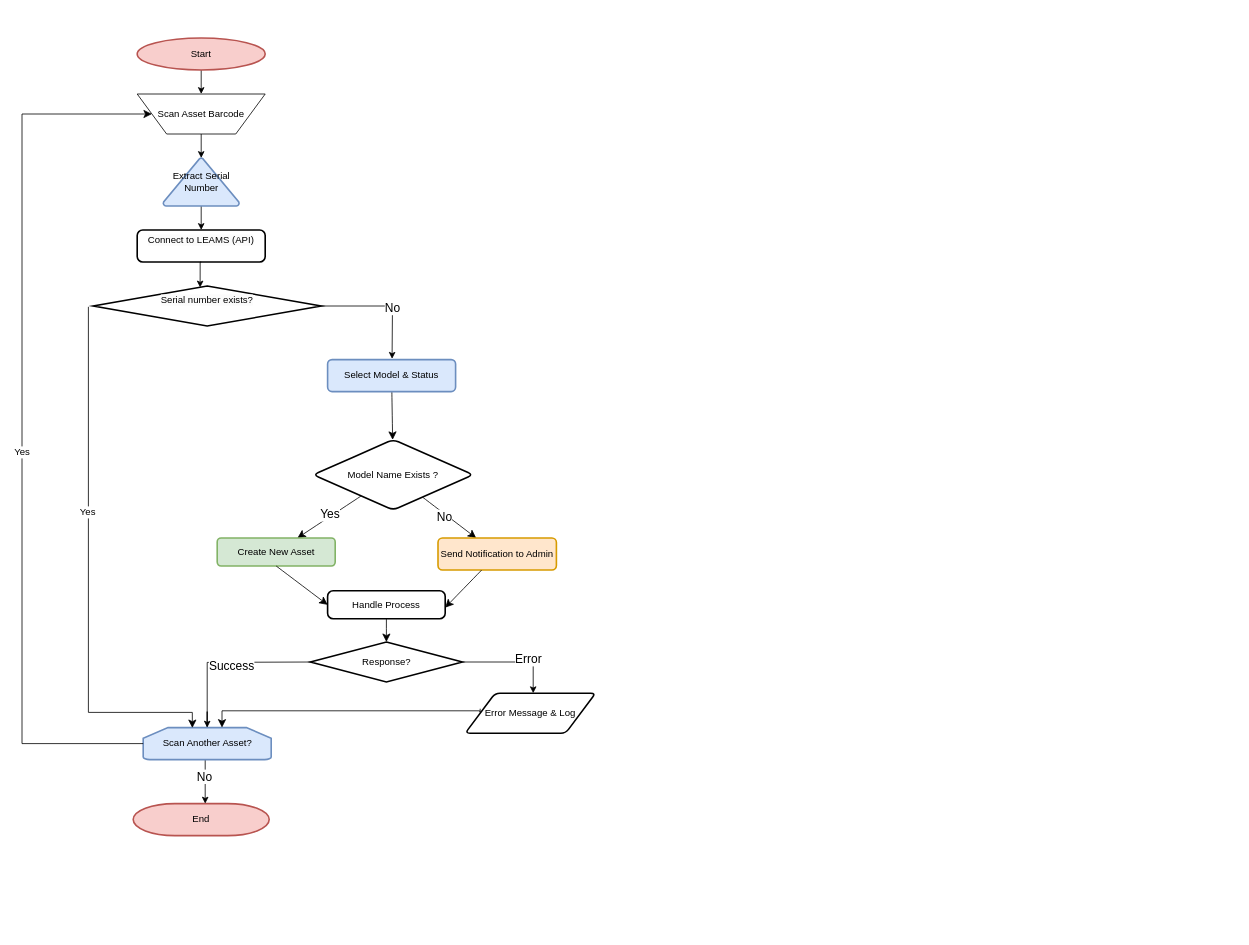
Earlier version of the draw.io diagram page "Page-2" (2 of 7) of test.drawio (Imanetoumouh/decentralized-app). Source tidied: cells renumbered, new cells numbered last; positions are measured from the earlier drawing's top-left corner, leaving out a move shared by most shapes. Both pictures are drawn from the tidied source at 80%, with x=0, y=0 at pixel (22, 38). Pictures stored in the file or linked from it are replaced by grey dashed boxes.
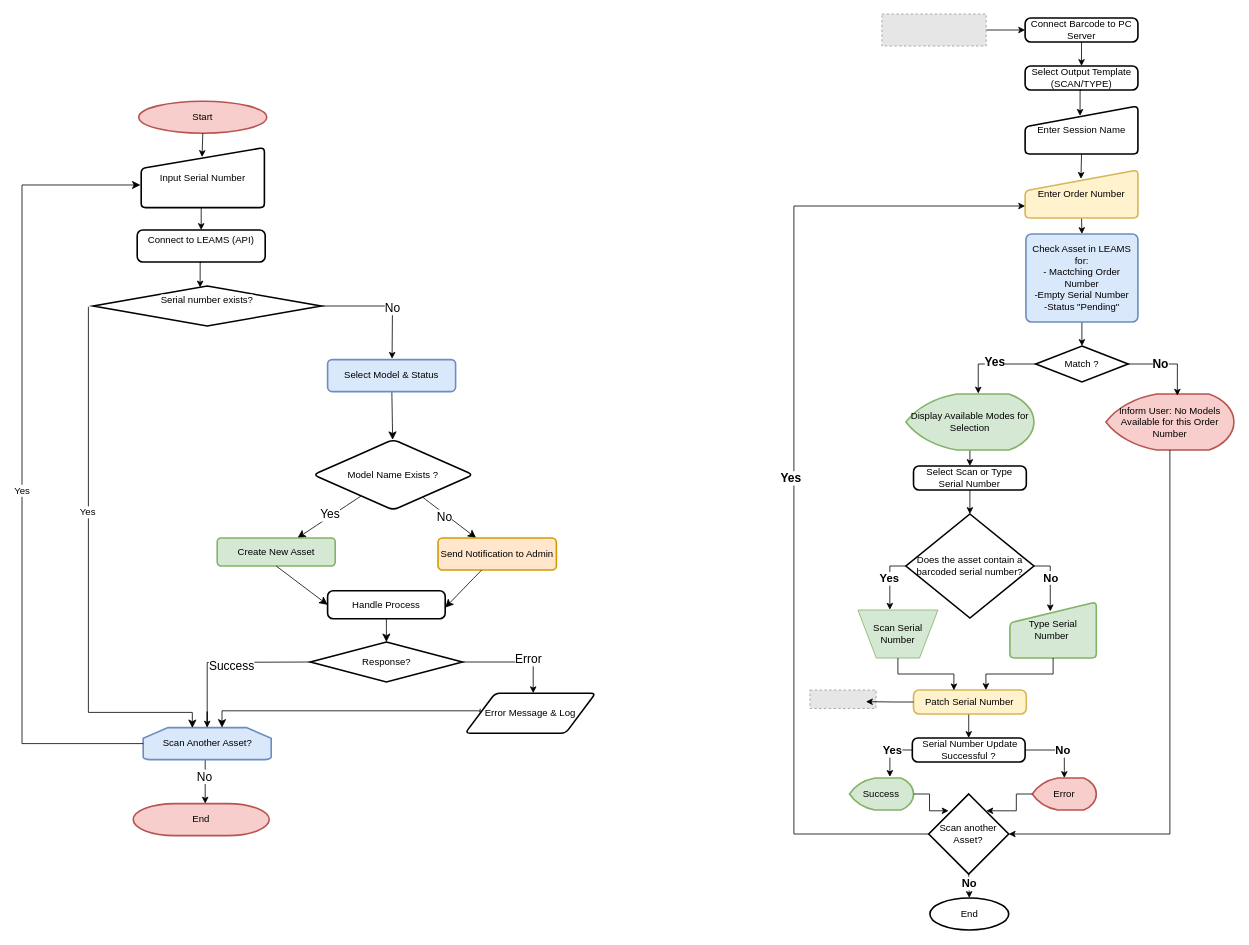
The same page after the edit.

Unchanged cells that the change refers to:
```xml
<mxCell id="6" value="&#10;&lt;span style=&quot;color: rgb(0, 0, 0); font-family: Helvetica; font-size: 12px; font-style: normal; font-variant-ligatures: normal; font-variant-caps: normal; font-weight: 400; letter-spacing: normal; orphans: 2; text-align: center; text-indent: 0px; text-transform: none; widows: 2; word-spacing: 0px; -webkit-text-stroke-width: 0px; white-space: normal; background-color: rgb(251, 251, 251); text-decoration-thickness: initial; text-decoration-style: initial; text-decoration-color: initial; display: inline !important; float: none;&quot;&gt;Connect to LEAMS (API)&lt;/span&gt;&#10;&#10;" style="rounded=1;whiteSpace=wrap;html=1;absoluteArcSize=1;arcSize=14;strokeWidth=2;" parent="1" vertex="1">
  <mxGeometry x="144" y="240" width="160" height="40" as="geometry" />
</mxCell>
<mxCell id="36" value="Scan Another Asset?" style="strokeWidth=2;html=1;shape=mxgraph.flowchart.loop_limit;whiteSpace=wrap;fillColor=#dae8fc;strokeColor=#6c8ebf;" parent="1" vertex="1">
  <mxGeometry x="151.5" y="862" width="160" height="40" as="geometry" />
</mxCell>
```

What changed in the source:
```diff
@@
-    <mxCell id="5" style="edgeStyle=orthogonalEdgeStyle;rounded=0;jettySize=auto;html=1;exitX=0.5;exitY=1;exitDx=0;exitDy=0;exitPerimeter=0;entryX=0.5;entryY=0;entryDx=0;entryDy=0;" parent="1" edge="1" target="7">
-      <mxGeometry relative="1" as="geometry">
-        <mxPoint x="224" y="40" as="sourcePoint" />
-      </mxGeometry>
-    </mxCell>
@@
-    <mxCell id="7" value="Scan Asset Barcode" style="verticalLabelPosition=middle;verticalAlign=middle;html=1;shape=trapezoid;perimeter=trapezoidPerimeter;whiteSpace=wrap;size=0.23;arcSize=10;flipV=1;labelPosition=center;align=center;" parent="1" vertex="1">
-      <mxGeometry x="144" y="70" width="160" height="50" as="geometry" />
-    </mxCell>
-    <mxCell id="8" style="edgeStyle=orthogonalEdgeStyle;rounded=0;jettySize=auto;html=1;exitX=0.5;exitY=1;exitDx=0;exitDy=0;exitPerimeter=0;entryX=0.5;entryY=0;entryDx=0;entryDy=0;" parent="1" edge="1" source="9" target="6">
-      <mxGeometry relative="1" as="geometry" />
+    <mxCell id="8" style="edgeStyle=orthogonalEdgeStyle;rounded=0;jettySize=auto;html=1;exitX=0.5;exitY=1;exitDx=0;exitDy=0;exitPerimeter=0;entryX=0.5;entryY=0;entryDx=0;entryDy=0;" parent="1" edge="1" target="6">
+      <mxGeometry relative="1" as="geometry">
+        <mxPoint x="224" y="210" as="sourcePoint" />
+      </mxGeometry>
     </mxCell>
-    <mxCell id="9" value="Extract Serial Number" style="strokeWidth=2;html=1;shape=mxgraph.flowchart.extract_or_measurement;whiteSpace=wrap;fillColor=#dae8fc;strokeColor=#6c8ebf;" parent="1" vertex="1">
-      <mxGeometry x="176.5" y="150" width="95" height="60" as="geometry" />
-    </mxCell>
@@
-    <mxCell id="18" style="edgeStyle=orthogonalEdgeStyle;rounded=0;jettySize=auto;html=1;exitX=0.5;exitY=1;exitDx=0;exitDy=0;entryX=0.5;entryY=0;entryDx=0;entryDy=0;entryPerimeter=0;" parent="1" edge="1" source="7" target="9">
-      <mxGeometry relative="1" as="geometry" />
-    </mxCell>
@@
     <mxCell id="29" value="Start" style="strokeWidth=2;html=1;shape=mxgraph.flowchart.start_1;whiteSpace=wrap;fillColor=#f8cecc;strokeColor=#b85450;" parent="1" vertex="1">
-      <mxGeometry x="144" width="160" height="40" as="geometry" />
+      <mxGeometry x="146" y="79" width="160" height="40" as="geometry" />
     </mxCell>
@@
-    <mxCell id="39" style="edgeStyle=elbowEdgeStyle;elbow=horizontal;endArrow=classic;html=1;curved=0;rounded=0;endSize=8;startSize=8;fontSize=12;entryX=0;entryY=0.5;entryDx=0;entryDy=0;exitX=0;exitY=0.5;exitDx=0;exitDy=0;exitPerimeter=0;" parent="1" edge="1" source="36" target="7">
+    <mxCell id="39" style="edgeStyle=elbowEdgeStyle;elbow=horizontal;endArrow=classic;html=1;curved=0;rounded=0;endSize=8;startSize=8;fontSize=12;entryX=-0.006;entryY=0.623;entryDx=0;entryDy=0;exitX=0;exitY=0.5;exitDx=0;exitDy=0;exitPerimeter=0;entryPerimeter=0;" parent="1" edge="1" source="36" target="42">
       <mxGeometry relative="1" as="geometry">
         <Array as="points">
           <mxPoint y="685" />
         </Array>
       </mxGeometry>
     </mxCell>
@@
+    <mxCell id="42" value="Input Serial Number" style="html=1;strokeWidth=2;shape=manualInput;whiteSpace=wrap;rounded=1;size=26;arcSize=11;" parent="1" vertex="1">
+      <mxGeometry x="149" y="137" width="154" height="75" as="geometry" />
+    </mxCell>
+    <mxCell id="43" style="edgeStyle=orthogonalEdgeStyle;rounded=0;jettySize=auto;html=1;exitX=0.5;exitY=1;exitDx=0;exitDy=0;exitPerimeter=0;entryX=0.494;entryY=0.157;entryDx=0;entryDy=0;entryPerimeter=0;" parent="1" edge="1" source="29" target="42">
+      <mxGeometry relative="1" as="geometry" />
+    </mxCell>
+    <mxCell id="44" style="edgeStyle=orthogonalEdgeStyle;rounded=0;jettySize=auto;html=1;exitX=1;exitY=0.5;exitDx=0;exitDy=0;entryX=0;entryY=0.5;entryDx=0;entryDy=0;" parent="1" edge="1" source="45" target="48">
+      <mxGeometry relative="1" as="geometry" />
+    </mxCell>
+    <mxCell id="45" style="fillColor=#E6E6E6;strokeColor=#999999;dashed=1;verticalLabelPosition=bottom;labelBackgroundColor=default;verticalAlign=top;" parent="1" vertex="1">
+      <mxGeometry x="1074.9" y="-30" width="130.3" height="40" as="geometry" />
+    </mxCell>
+    <mxCell id="46" style="fillColor=#E6E6E6;strokeColor=#999999;dashed=1;verticalLabelPosition=bottom;verticalAlign=top;align=center;fontFamily=Helvetica;fontSize=12;fontColor=default;" parent="1" vertex="1">
+      <mxGeometry x="984.9" y="815" width="82.7" height="23.1" as="geometry" />
+    </mxCell>
+    <mxCell id="47" style="edgeStyle=orthogonalEdgeStyle;rounded=0;jettySize=auto;html=1;exitX=0.5;exitY=1;exitDx=0;exitDy=0;entryX=0.5;entryY=0;entryDx=0;entryDy=0;" parent="1" edge="1" source="48" target="49">
+      <mxGeometry relative="1" as="geometry" />
+    </mxCell>
+    <mxCell id="48" value="Connect Barcode to PC Server" style="rounded=1;whiteSpace=wrap;html=1;absoluteArcSize=1;arcSize=14;strokeWidth=2;" parent="1" vertex="1">
+      <mxGeometry x="1253.9" y="-25" width="141" height="30" as="geometry" />
+    </mxCell>
+    <mxCell id="49" value="Select Output Template (SCAN/TYPE)" style="rounded=1;whiteSpace=wrap;html=1;absoluteArcSize=1;arcSize=14;strokeWidth=2;" parent="1" vertex="1">
+      <mxGeometry x="1253.9" y="35" width="141" height="30" as="geometry" />
+    </mxCell>
+    <mxCell id="50" value="Enter Session Name" style="html=1;strokeWidth=2;shape=manualInput;whiteSpace=wrap;rounded=1;size=26;arcSize=11;" parent="1" vertex="1">
+      <mxGeometry x="1253.9" y="85" width="141" height="60" as="geometry" />
+    </mxCell>
+    <mxCell id="51" style="edgeStyle=orthogonalEdgeStyle;rounded=0;jettySize=auto;html=1;exitX=0.5;exitY=1;exitDx=0;exitDy=0;entryX=0.5;entryY=0;entryDx=0;entryDy=0;" parent="1" edge="1" source="52" target="54">
+      <mxGeometry relative="1" as="geometry" />
+    </mxCell>
+    <mxCell id="52" value="Enter Order Number" style="html=1;strokeWidth=2;shape=manualInput;whiteSpace=wrap;rounded=1;size=26;arcSize=11;fillColor=#fff2cc;strokeColor=#d6b656;" parent="1" vertex="1">
+      <mxGeometry x="1253.9" y="165" width="141" height="60" as="geometry" />
+    </mxCell>
+    <mxCell id="53" style="edgeStyle=orthogonalEdgeStyle;rounded=0;jettySize=auto;html=1;exitX=0.5;exitY=1;exitDx=0;exitDy=0;" parent="1" edge="1" source="54" target="55">
+      <mxGeometry relative="1" as="geometry" />
+    </mxCell>
+    <mxCell id="54" value="Check Asset in LEAMS for:&lt;div&gt;- Mactching Order Number&lt;/div&gt;&lt;div&gt;-Empty Serial Number&lt;/div&gt;&lt;div&gt;-Status &quot;Pending&quot;&lt;/div&gt;" style="rounded=1;whiteSpace=wrap;html=1;absoluteArcSize=1;arcSize=14;strokeWidth=2;fillColor=#dae8fc;strokeColor=#6c8ebf;" parent="1" vertex="1">
+      <mxGeometry x="1254.9" y="245" width="140" height="110" as="geometry" />
+    </mxCell>
+    <mxCell id="55" value="Match ?" style="strokeWidth=2;html=1;shape=mxgraph.flowchart.decision;whiteSpace=wrap;" parent="1" vertex="1">
+      <mxGeometry x="1267.2" y="385" width="115.5" height="45" as="geometry" />
+    </mxCell>
+    <mxCell id="56" style="edgeStyle=orthogonalEdgeStyle;rounded=0;jettySize=auto;html=1;exitX=0.5;exitY=1;exitDx=0;exitDy=0;exitPerimeter=0;entryX=0.5;entryY=0;entryDx=0;entryDy=0;" parent="1" edge="1" source="57" target="59">
+      <mxGeometry relative="1" as="geometry" />
+    </mxCell>
+    <mxCell id="57" value="Display Available Modes for Selection" style="strokeWidth=2;html=1;shape=mxgraph.flowchart.display;whiteSpace=wrap;fillColor=#d5e8d4;strokeColor=#82b366;" parent="1" vertex="1">
+      <mxGeometry x="1104.9" y="445" width="160" height="70" as="geometry" />
+    </mxCell>
+    <mxCell id="58" value="Inform User: No Models Available for this Order Number" style="strokeWidth=2;html=1;shape=mxgraph.flowchart.display;whiteSpace=wrap;fillColor=#f8cecc;strokeColor=#b85450;" parent="1" vertex="1">
+      <mxGeometry x="1354.9" y="445" width="160" height="70" as="geometry" />
+    </mxCell>
+    <mxCell id="59" value="Select Scan or Type Serial Number" style="rounded=1;whiteSpace=wrap;html=1;absoluteArcSize=1;arcSize=14;strokeWidth=2;" parent="1" vertex="1">
+      <mxGeometry x="1114.4" y="535" width="141" height="30" as="geometry" />
+    </mxCell>
+    <mxCell id="60" style="edgeStyle=orthogonalEdgeStyle;rounded=0;jettySize=auto;html=1;exitX=0.5;exitY=1;exitDx=0;exitDy=0;entryX=0.487;entryY=0.205;entryDx=0;entryDy=0;entryPerimeter=0;" parent="1" edge="1" source="49" target="50">
+      <mxGeometry relative="1" as="geometry" />
+    </mxCell>
+    <mxCell id="61" style="edgeStyle=orthogonalEdgeStyle;rounded=0;jettySize=auto;html=1;exitX=0.5;exitY=1;exitDx=0;exitDy=0;entryX=0.495;entryY=0.185;entryDx=0;entryDy=0;entryPerimeter=0;" parent="1" edge="1" source="50" target="52">
+      <mxGeometry relative="1" as="geometry" />
+    </mxCell>
+    <mxCell id="62" style="edgeStyle=orthogonalEdgeStyle;rounded=0;jettySize=auto;html=1;exitX=0;exitY=0.5;exitDx=0;exitDy=0;exitPerimeter=0;entryX=0.565;entryY=-0.008;entryDx=0;entryDy=0;entryPerimeter=0;" parent="1" edge="1" source="55" target="57">
+      <mxGeometry relative="1" as="geometry" />
+    </mxCell>
+    <mxCell id="63" value="&lt;b&gt;&lt;font style=&quot;font-size: 15px;&quot;&gt;Yes&lt;/font&gt;&lt;/b&gt;" style="edgeLabel;html=1;align=center;verticalAlign=middle;" parent="62" vertex="1">
+      <mxGeometry x="-0.04" y="-3" relative="1" as="geometry" />
+    </mxCell>
+    <mxCell id="64" style="edgeStyle=orthogonalEdgeStyle;rounded=0;jettySize=auto;html=1;exitX=1;exitY=0.5;exitDx=0;exitDy=0;exitPerimeter=0;entryX=0.558;entryY=0.03;entryDx=0;entryDy=0;entryPerimeter=0;" parent="1" edge="1" source="55" target="58">
+      <mxGeometry relative="1" as="geometry" />
+    </mxCell>
+    <mxCell id="65" value="&lt;b&gt;&lt;font style=&quot;font-size: 15px;&quot;&gt;No&lt;/font&gt;&lt;/b&gt;" style="edgeLabel;html=1;align=center;verticalAlign=middle;" parent="64" vertex="1">
+      <mxGeometry x="-0.2" y="1" relative="1" as="geometry" />
+    </mxCell>
+    <mxCell id="66" value="Does the asset contain a barcoded serial number?" style="strokeWidth=2;html=1;shape=mxgraph.flowchart.decision;whiteSpace=wrap;" parent="1" vertex="1">
+      <mxGeometry x="1104.9" y="595" width="160" height="130" as="geometry" />
+    </mxCell>
+    <mxCell id="67" value="Scan Serial Number" style="verticalLabelPosition=middle;verticalAlign=middle;html=1;shape=trapezoid;perimeter=trapezoidPerimeter;whiteSpace=wrap;size=0.23;arcSize=10;flipV=1;labelPosition=center;align=center;fillColor=#d5e8d4;strokeColor=#82b366;" parent="1" vertex="1">
+      <mxGeometry x="1044.9" y="715" width="100" height="60" as="geometry" />
+    </mxCell>
+    <mxCell id="68" value="Type Serial Number&amp;nbsp;" style="html=1;strokeWidth=2;shape=manualInput;whiteSpace=wrap;rounded=1;size=26;arcSize=11;fillColor=#d5e8d4;strokeColor=#82b366;" parent="1" vertex="1">
+      <mxGeometry x="1234.9" y="705" width="108" height="70" as="geometry" />
+    </mxCell>
+    <mxCell id="69" value="&amp;nbsp;Serial Number Update Successful ?" style="rounded=1;whiteSpace=wrap;html=1;absoluteArcSize=1;arcSize=14;strokeWidth=2;" parent="1" vertex="1">
+      <mxGeometry x="1112.9" y="875" width="141" height="30" as="geometry" />
+    </mxCell>
+    <mxCell id="70" value="Success" style="strokeWidth=2;html=1;shape=mxgraph.flowchart.display;whiteSpace=wrap;fillColor=#d5e8d4;strokeColor=#82b366;" parent="1" vertex="1">
+      <mxGeometry x="1034.4" y="925" width="80" height="40" as="geometry" />
+    </mxCell>
+    <mxCell id="71" value="Error" style="strokeWidth=2;html=1;shape=mxgraph.flowchart.display;whiteSpace=wrap;fillColor=#f8cecc;strokeColor=#b85450;" parent="1" vertex="1">
+      <mxGeometry x="1262.9" y="925" width="80" height="40" as="geometry" />
+    </mxCell>
+    <mxCell id="72" style="edgeStyle=orthogonalEdgeStyle;rounded=0;jettySize=auto;html=1;exitX=0;exitY=0.5;exitDx=0;exitDy=0;exitPerimeter=0;entryX=0;entryY=0.75;entryDx=0;entryDy=0;" parent="1" edge="1" source="74" target="52">
+      <mxGeometry relative="1" as="geometry">
+        <Array as="points">
+          <mxPoint x="964.9" y="995" />
+          <mxPoint x="964.9" y="210" />
+        </Array>
+      </mxGeometry>
+    </mxCell>
+    <mxCell id="73" value="&lt;b&gt;&lt;font style=&quot;font-size: 15px;&quot;&gt;Yes&lt;/font&gt;&lt;/b&gt;" style="edgeLabel;html=1;align=center;verticalAlign=middle;" parent="72" vertex="1">
+      <mxGeometry x="-0.01" y="4" relative="1" as="geometry">
+        <mxPoint y="1" as="offset" />
+      </mxGeometry>
+    </mxCell>
+    <mxCell id="74" value="Scan another Asset?" style="strokeWidth=2;html=1;shape=mxgraph.flowchart.decision;whiteSpace=wrap;" parent="1" vertex="1">
+      <mxGeometry x="1133.4" y="945" width="100" height="100" as="geometry" />
+    </mxCell>
+    <mxCell id="75" style="edgeStyle=orthogonalEdgeStyle;rounded=0;jettySize=auto;html=1;exitX=0.5;exitY=1;exitDx=0;exitDy=0;exitPerimeter=0;entryX=1;entryY=0.5;entryDx=0;entryDy=0;entryPerimeter=0;" parent="1" edge="1" source="58" target="74">
+      <mxGeometry relative="1" as="geometry" />
+    </mxCell>
+    <mxCell id="76" style="edgeStyle=orthogonalEdgeStyle;rounded=0;jettySize=auto;html=1;exitX=0.5;exitY=1;exitDx=0;exitDy=0;entryX=0.5;entryY=0;entryDx=0;entryDy=0;entryPerimeter=0;" parent="1" edge="1" source="59" target="66">
+      <mxGeometry relative="1" as="geometry" />
+    </mxCell>
+    <mxCell id="77" style="edgeStyle=orthogonalEdgeStyle;rounded=0;jettySize=auto;html=1;exitX=0.5;exitY=1;exitDx=0;exitDy=0;entryX=0.5;entryY=0;entryDx=0;entryDy=0;" parent="1" edge="1" source="78" target="69">
+      <mxGeometry relative="1" as="geometry" />
+    </mxCell>
+    <mxCell id="78" value="Patch Serial Number" style="rounded=1;whiteSpace=wrap;html=1;absoluteArcSize=1;arcSize=14;strokeWidth=2;fillColor=#fff2cc;strokeColor=#d6b656;" parent="1" vertex="1">
+      <mxGeometry x="1114.4" y="815" width="141" height="30" as="geometry" />
+    </mxCell>
+    <mxCell id="79" style="edgeStyle=orthogonalEdgeStyle;rounded=0;jettySize=auto;html=1;exitX=0;exitY=0.5;exitDx=0;exitDy=0;exitPerimeter=0;entryX=0.399;entryY=1.005;entryDx=0;entryDy=0;entryPerimeter=0;" parent="1" edge="1" source="66" target="67">
+      <mxGeometry relative="1" as="geometry" />
+    </mxCell>
+    <mxCell id="80" value="&lt;b&gt;&lt;font style=&quot;font-size: 14px;&quot;&gt;Yes&lt;/font&gt;&lt;/b&gt;" style="edgeLabel;html=1;align=center;verticalAlign=middle;" parent="79" vertex="1">
+      <mxGeometry x="-0.05" y="-1" relative="1" as="geometry" />
+    </mxCell>
+    <mxCell id="81" style="edgeStyle=orthogonalEdgeStyle;rounded=0;jettySize=auto;html=1;exitX=1;exitY=0.5;exitDx=0;exitDy=0;exitPerimeter=0;entryX=0.467;entryY=0.166;entryDx=0;entryDy=0;entryPerimeter=0;" parent="1" edge="1" source="66" target="68">
+      <mxGeometry relative="1" as="geometry" />
+    </mxCell>
+    <mxCell id="82" value="&lt;b&gt;&lt;font style=&quot;font-size: 14px;&quot;&gt;No&lt;/font&gt;&lt;/b&gt;" style="edgeLabel;html=1;align=center;verticalAlign=middle;" parent="81" vertex="1">
+      <mxGeometry x="-0.08" relative="1" as="geometry" />
+    </mxCell>
+    <mxCell id="83" style="edgeStyle=orthogonalEdgeStyle;rounded=0;jettySize=auto;html=1;exitX=0.5;exitY=1;exitDx=0;exitDy=0;entryX=0.358;entryY=0.014;entryDx=0;entryDy=0;entryPerimeter=0;" parent="1" edge="1" source="67" target="78">
+      <mxGeometry relative="1" as="geometry" />
+    </mxCell>
+    <mxCell id="84" style="edgeStyle=orthogonalEdgeStyle;rounded=0;jettySize=auto;html=1;exitX=0.5;exitY=1;exitDx=0;exitDy=0;entryX=0.642;entryY=0;entryDx=0;entryDy=0;entryPerimeter=0;" parent="1" edge="1" source="68" target="78">
+      <mxGeometry relative="1" as="geometry" />
+    </mxCell>
+    <mxCell id="85" style="edgeStyle=orthogonalEdgeStyle;rounded=0;jettySize=auto;html=1;exitX=0;exitY=0.5;exitDx=0;exitDy=0;entryX=0.847;entryY=0.63;entryDx=0;entryDy=0;entryPerimeter=0;" parent="1" edge="1" source="78" target="46">
+      <mxGeometry relative="1" as="geometry" />
+    </mxCell>
+    <mxCell id="86" style="edgeStyle=orthogonalEdgeStyle;rounded=0;jettySize=auto;html=1;exitX=0;exitY=0.5;exitDx=0;exitDy=0;entryX=0.631;entryY=-0.034;entryDx=0;entryDy=0;entryPerimeter=0;" parent="1" edge="1" source="69" target="70">
+      <mxGeometry relative="1" as="geometry" />
+    </mxCell>
+    <mxCell id="87" value="&lt;b&gt;&lt;font style=&quot;font-size: 14px;&quot;&gt;Yes&lt;/font&gt;&lt;/b&gt;" style="edgeLabel;html=1;align=center;verticalAlign=middle;" parent="86" vertex="1">
+      <mxGeometry x="-0.2" relative="1" as="geometry" />
+    </mxCell>
+    <mxCell id="88" style="edgeStyle=orthogonalEdgeStyle;rounded=0;jettySize=auto;html=1;exitX=1;exitY=0.5;exitDx=0;exitDy=0;entryX=0.5;entryY=0;entryDx=0;entryDy=0;entryPerimeter=0;" parent="1" edge="1" source="69" target="71">
+      <mxGeometry relative="1" as="geometry" />
+    </mxCell>
+    <mxCell id="89" value="&lt;b&gt;&lt;font style=&quot;font-size: 14px;&quot;&gt;No&lt;/font&gt;&lt;/b&gt;" style="edgeLabel;html=1;align=center;verticalAlign=middle;" parent="88" vertex="1">
+      <mxGeometry x="0.13" relative="1" as="geometry" />
+    </mxCell>
+    <mxCell id="90" style="edgeStyle=orthogonalEdgeStyle;rounded=0;jettySize=auto;html=1;exitX=0;exitY=0.5;exitDx=0;exitDy=0;exitPerimeter=0;entryX=0.72;entryY=0.21;entryDx=0;entryDy=0;entryPerimeter=0;" parent="1" edge="1" source="71" target="74">
+      <mxGeometry relative="1" as="geometry" />
+    </mxCell>
+    <mxCell id="91" style="edgeStyle=orthogonalEdgeStyle;rounded=0;jettySize=auto;html=1;exitX=1;exitY=0.5;exitDx=0;exitDy=0;exitPerimeter=0;entryX=0.249;entryY=0.21;entryDx=0;entryDy=0;entryPerimeter=0;" parent="1" edge="1" source="70" target="74">
+      <mxGeometry relative="1" as="geometry" />
+    </mxCell>
+    <mxCell id="92" value="End" style="strokeWidth=2;html=1;shape=mxgraph.flowchart.start_1;whiteSpace=wrap;" parent="1" vertex="1">
+      <mxGeometry x="1134.9" y="1075" width="98.5" height="40" as="geometry" />
+    </mxCell>
+    <mxCell id="93" style="edgeStyle=orthogonalEdgeStyle;rounded=0;jettySize=auto;html=1;exitX=0.5;exitY=1;exitDx=0;exitDy=0;exitPerimeter=0;entryX=0.5;entryY=0;entryDx=0;entryDy=0;entryPerimeter=0;" parent="1" edge="1" source="74" target="92">
+      <mxGeometry relative="1" as="geometry" />
+    </mxCell>
+    <mxCell id="94" value="&lt;b&gt;&lt;font style=&quot;font-size: 14px;&quot;&gt;No&lt;/font&gt;&lt;/b&gt;" style="edgeLabel;html=1;align=center;verticalAlign=middle;" parent="93" vertex="1">
+      <mxGeometry x="-0.21" relative="1" as="geometry" />
+    </mxCell>
```
